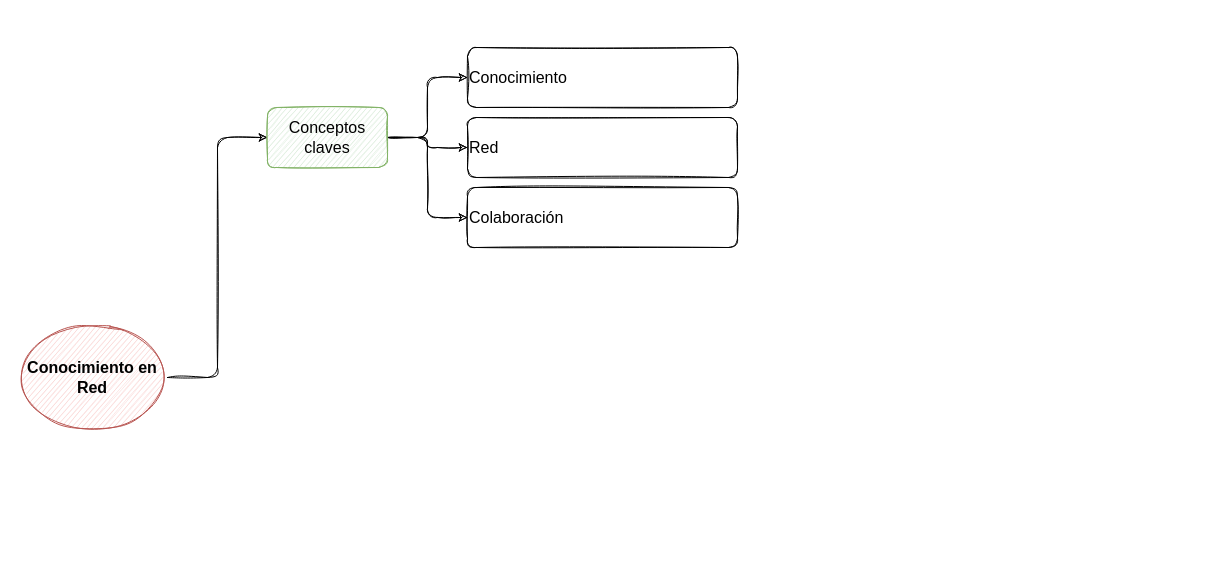
This is A1_Jiménez_Juan Pablo.drawio from JPX97/filosofia-computacion-humanidades-digitales, a draw.io file, before an edit. Source tidied: cells renumbered, new cells numbered last; positions are measured from the earlier drawing's top-left corner, leaving out a move shared by most shapes. Both pictures are drawn from the tidied source at 100%, with x=0, y=0 at pixel (17, 47).
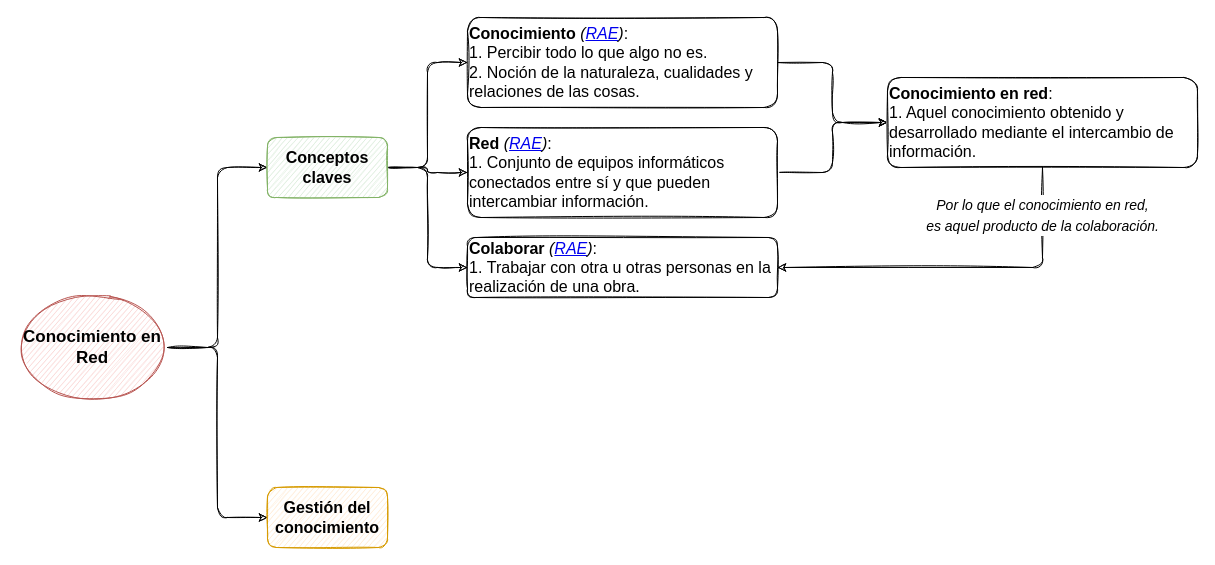
The same diagram, later.

Commit message:
Añadidas definiciones claves

What changed in the source:
```diff
@@
 <mxGraphModel>
   <root>
     <mxCell id="0" />
     <mxCell id="1" parent="0" />
     <mxCell id="2" style="edgeStyle=orthogonalEdgeStyle;sketch=1;jettySize=auto;html=1;entryX=0;entryY=0.5;entryDx=0;entryDy=0;fontSize=16;" parent="1" edge="1" source="3" target="7">
       <mxGeometry relative="1" as="geometry" />
     </mxCell>
+    <mxCell id="11" style="edgeStyle=orthogonalEdgeStyle;sketch=1;jettySize=auto;html=1;entryX=0;entryY=0.5;entryDx=0;entryDy=0;fontSize=17;" parent="1" edge="1" source="3" target="14">
+      <mxGeometry relative="1" as="geometry" />
+    </mxCell>
-    <mxCell id="3" value="&lt;font style=&quot;font-size: 16px&quot;&gt;Conocimiento en Red&lt;/font&gt;" style="ellipse;whiteSpace=wrap;html=1;fontStyle=1;rounded=0;sketch=1;fontSize=14;fillColor=#f8cecc;strokeColor=#b85450;" parent="1" vertex="1">
-      <mxGeometry y="280" width="150" height="100" as="geometry" />
+    <mxCell id="3" value="&lt;font style=&quot;font-size: 17px;&quot;&gt;Conocimiento en Red&lt;/font&gt;" style="ellipse;whiteSpace=wrap;html=1;fontStyle=1;rounded=0;sketch=1;fontSize=17;fillColor=#f8cecc;strokeColor=#b85450;" parent="1" vertex="1">
+      <mxGeometry y="250" width="150" height="100" as="geometry" />
     </mxCell>
-    <mxCell id="4" style="edgeStyle=orthogonalEdgeStyle;sketch=1;jettySize=auto;html=1;fontSize=16;" parent="1" edge="1" source="7" target="8">
-      <mxGeometry relative="1" as="geometry" />
-    </mxCell>
     <mxCell id="5" style="edgeStyle=orthogonalEdgeStyle;sketch=1;jettySize=auto;html=1;entryX=0;entryY=0.5;entryDx=0;entryDy=0;fontSize=16;" parent="1" edge="1" source="7" target="10">
       <mxGeometry relative="1" as="geometry" />
     </mxCell>
     <mxCell id="6" style="edgeStyle=orthogonalEdgeStyle;sketch=1;jettySize=auto;html=1;entryX=0;entryY=0.5;entryDx=0;entryDy=0;fontSize=16;" parent="1" edge="1" source="7" target="9">
       <mxGeometry relative="1" as="geometry" />
     </mxCell>
+    <mxCell id="4" style="edgeStyle=orthogonalEdgeStyle;sketch=1;jettySize=auto;html=1;exitX=1;exitY=0.5;exitDx=0;exitDy=0;entryX=0;entryY=0.5;entryDx=0;entryDy=0;fontSize=17;" parent="1" edge="1" source="7" target="8">
+      <mxGeometry relative="1" as="geometry" />
+    </mxCell>
-    <mxCell id="7" value="Conceptos claves" style="rounded=1;whiteSpace=wrap;html=1;sketch=1;fontSize=16;fillColor=#d5e8d4;strokeColor=#82b366;" parent="1" vertex="1">
-      <mxGeometry x="250" y="60" width="120" height="60" as="geometry" />
+    <mxCell id="7" value="Conceptos claves" style="rounded=1;whiteSpace=wrap;html=1;sketch=1;fontSize=16;fillColor=#d5e8d4;strokeColor=#82b366;fontStyle=1;" parent="1" vertex="1">
+      <mxGeometry x="250" y="90" width="120" height="60" as="geometry" />
     </mxCell>
+    <mxCell id="12" style="edgeStyle=orthogonalEdgeStyle;sketch=1;jettySize=auto;html=1;entryX=0;entryY=0.5;entryDx=0;entryDy=0;fontSize=17;" parent="1" edge="1" source="8" target="17">
+      <mxGeometry relative="1" as="geometry" />
+    </mxCell>
-    <mxCell id="8" value="Conocimiento" style="rounded=1;whiteSpace=wrap;html=1;sketch=1;fontSize=16;align=left;" parent="1" vertex="1">
-      <mxGeometry x="450" width="270" height="60" as="geometry" />
+    <mxCell id="8" value="&lt;b&gt;Conocimiento&lt;/b&gt; &lt;i&gt;(&lt;a href=&quot;https://dle.rae.es/conocimiento&quot;&gt;RAE&lt;/a&gt;)&lt;/i&gt;: &lt;br&gt;1. Percibir todo lo que algo no es.&lt;br&gt;2. Noción de la naturaleza, cualidades y relaciones de las cosas.&amp;nbsp;" style="rounded=1;whiteSpace=wrap;html=1;sketch=1;fontSize=16;align=left;" parent="1" vertex="1">
+      <mxGeometry x="450" y="-30" width="310" height="90" as="geometry" />
     </mxCell>
-    <mxCell id="9" value="Colaboración" style="rounded=1;whiteSpace=wrap;html=1;sketch=1;fontSize=16;align=left;" parent="1" vertex="1">
-      <mxGeometry x="450" y="140" width="270" height="60" as="geometry" />
+    <mxCell id="9" value="&lt;b&gt;Colaborar&lt;/b&gt; &lt;i&gt;(&lt;a href=&quot;https://dle.rae.es/colaborar&quot;&gt;RAE&lt;/a&gt;)&lt;/i&gt;:&lt;br&gt;1.&amp;nbsp;Trabajar con otra u otras personas en la realización de una obra." style="rounded=1;whiteSpace=wrap;html=1;sketch=1;fontSize=16;align=left;" parent="1" vertex="1">
+      <mxGeometry x="450" y="190" width="310" height="60" as="geometry" />
     </mxCell>
+    <mxCell id="13" style="edgeStyle=orthogonalEdgeStyle;sketch=1;jettySize=auto;html=1;entryX=0;entryY=0.5;entryDx=0;entryDy=0;fontSize=17;" parent="1" edge="1" source="10" target="17">
+      <mxGeometry relative="1" as="geometry" />
+    </mxCell>
-    <mxCell id="10" value="Red" style="rounded=1;whiteSpace=wrap;html=1;sketch=1;fontSize=16;align=left;" parent="1" vertex="1">
-      <mxGeometry x="450" y="70" width="270" height="60" as="geometry" />
+    <mxCell id="10" value="&lt;b&gt;Red&lt;/b&gt; &lt;i&gt;(&lt;a href=&quot;https://dle.rae.es/red&quot;&gt;RAE&lt;/a&gt;)&lt;/i&gt;:&lt;br&gt;1. Conjunto de equipos informáticos conectados entre sí y que pueden intercambiar información." style="rounded=1;whiteSpace=wrap;html=1;sketch=1;fontSize=16;align=left;" parent="1" vertex="1">
+      <mxGeometry x="450" y="80" width="310" height="90" as="geometry" />
     </mxCell>
+    <mxCell id="14" value="Gestión del conocimiento" style="rounded=1;whiteSpace=wrap;html=1;sketch=1;fontSize=16;fillColor=#ffe6cc;strokeColor=#d79b00;fontStyle=1;" parent="1" vertex="1">
+      <mxGeometry x="250" y="440" width="120" height="60" as="geometry" />
+    </mxCell>
+    <mxCell id="15" style="edgeStyle=orthogonalEdgeStyle;sketch=1;jettySize=auto;html=1;exitX=0.5;exitY=1;exitDx=0;exitDy=0;entryX=1;entryY=0.5;entryDx=0;entryDy=0;fontSize=17;" parent="1" edge="1" source="17" target="9">
+      <mxGeometry relative="1" as="geometry" />
+    </mxCell>
+    <mxCell id="16" value="&lt;i style=&quot;font-size: 14px&quot;&gt;Por lo que el conocimiento en red, &lt;br&gt;es aquel producto de la colaboración.&lt;/i&gt;" style="edgeLabel;html=1;align=center;verticalAlign=middle;fontSize=17;" parent="15" vertex="1">
+      <mxGeometry x="-0.74" y="-1" relative="1" as="geometry" />
+    </mxCell>
+    <mxCell id="17" value="&lt;b&gt;Conocimiento en red&lt;/b&gt;: &lt;br&gt;1. Aquel conocimiento obtenido y desarrollado mediante el intercambio de información." style="rounded=1;whiteSpace=wrap;html=1;sketch=1;fontSize=16;align=left;" parent="1" vertex="1">
+      <mxGeometry x="870" y="30" width="310" height="90" as="geometry" />
+    </mxCell>
   </root>
 </mxGraphModel>
```
